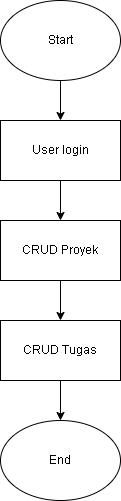
Above: dokumen/Flowchart.png in Jason4931/taskmanagement (draw.io), before the change. Source tidied: cells renumbered, new cells last; positions are measured from the earlier drawing's top-left corner, leaving out a move shared by most shapes.
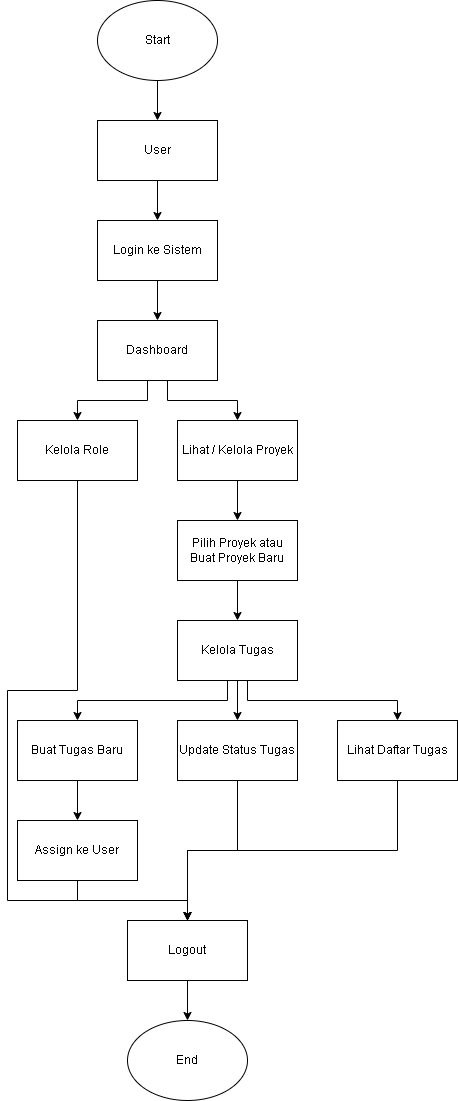
Later version of the same file.

Change to the diagram source:
```diff
@@ -2,32 +2,126 @@
   <root>
     <mxCell id="0" />
     <mxCell id="1" parent="0" />
-    <mxCell id="2" style="edgeStyle=orthogonalEdgeStyle;rounded=0;jettySize=auto;html=1;exitX=0.5;exitY=1;exitDx=0;exitDy=0;entryX=0.5;entryY=0;entryDx=0;entryDy=0;" parent="1" edge="1" source="3" target="6">
-      <mxGeometry relative="1" as="geometry" />
-    </mxCell>
+    <mxCell id="11" style="edgeStyle=orthogonalEdgeStyle;rounded=0;jettySize=auto;html=1;exitX=0.5;exitY=1;exitDx=0;exitDy=0;entryX=0.5;entryY=0;entryDx=0;entryDy=0;" parent="1" edge="1" source="12" target="14">
+      <mxGeometry relative="1" as="geometry" />
+    </mxCell>
+    <mxCell id="12" value="User" style="rounded=0;whiteSpace=wrap;html=1;" parent="1" vertex="1">
+      <mxGeometry y="120" width="120" height="60" as="geometry" />
+    </mxCell>
+    <mxCell id="13" style="edgeStyle=orthogonalEdgeStyle;rounded=0;jettySize=auto;html=1;exitX=0.5;exitY=1;exitDx=0;exitDy=0;entryX=0.5;entryY=0;entryDx=0;entryDy=0;" parent="1" edge="1" source="14" target="17">
+      <mxGeometry relative="1" as="geometry" />
+    </mxCell>
+    <mxCell id="14" value="Login ke Sistem" style="rounded=0;whiteSpace=wrap;html=1;" parent="1" vertex="1">
+      <mxGeometry y="220" width="120" height="60" as="geometry" />
+    </mxCell>
+    <mxCell id="15" style="edgeStyle=orthogonalEdgeStyle;rounded=0;jettySize=auto;html=1;exitX=0.5;exitY=1;exitDx=0;exitDy=0;entryX=0.5;entryY=0;entryDx=0;entryDy=0;" parent="1" edge="1" source="17" target="19">
+      <mxGeometry relative="1" as="geometry">
+        <Array as="points">
+          <mxPoint x="50" y="380" />
+          <mxPoint x="50" y="400" />
+          <mxPoint x="-20" y="400" />
+        </Array>
+      </mxGeometry>
+    </mxCell>
+    <mxCell id="16" style="edgeStyle=orthogonalEdgeStyle;rounded=0;jettySize=auto;html=1;exitX=0.5;exitY=1;exitDx=0;exitDy=0;entryX=0.5;entryY=0;entryDx=0;entryDy=0;" parent="1" edge="1" source="17" target="21">
+      <mxGeometry relative="1" as="geometry">
+        <Array as="points">
+          <mxPoint x="70" y="380" />
+          <mxPoint x="70" y="400" />
+          <mxPoint x="140" y="400" />
+        </Array>
+      </mxGeometry>
+    </mxCell>
+    <mxCell id="17" value="Dashboard" style="rounded=0;whiteSpace=wrap;html=1;" parent="1" vertex="1">
+      <mxGeometry y="320" width="120" height="60" as="geometry" />
+    </mxCell>
+    <mxCell id="18" style="edgeStyle=orthogonalEdgeStyle;rounded=0;jettySize=auto;html=1;exitX=0.5;exitY=1;exitDx=0;exitDy=0;entryX=0.5;entryY=0;entryDx=0;entryDy=0;" parent="1" edge="1" source="19" target="29">
+      <mxGeometry relative="1" as="geometry">
+        <Array as="points">
+          <mxPoint x="-20" y="690" />
+          <mxPoint x="-90" y="690" />
+          <mxPoint x="-90" y="900" />
+          <mxPoint x="90" y="900" />
+        </Array>
+      </mxGeometry>
+    </mxCell>
+    <mxCell id="19" value="Kelola Role" style="rounded=0;whiteSpace=wrap;html=1;" parent="1" vertex="1">
+      <mxGeometry x="-80" y="420" width="120" height="60" as="geometry" />
+    </mxCell>
+    <mxCell id="20" style="edgeStyle=orthogonalEdgeStyle;rounded=0;jettySize=auto;html=1;exitX=0.5;exitY=1;exitDx=0;exitDy=0;entryX=0.5;entryY=0;entryDx=0;entryDy=0;" parent="1" edge="1" source="21" target="23">
+      <mxGeometry relative="1" as="geometry" />
+    </mxCell>
+    <mxCell id="21" value="Lihat / Kelola Proyek" style="rounded=0;whiteSpace=wrap;html=1;" parent="1" vertex="1">
+      <mxGeometry x="80" y="420" width="120" height="60" as="geometry" />
+    </mxCell>
+    <mxCell id="22" style="edgeStyle=orthogonalEdgeStyle;rounded=0;jettySize=auto;html=1;exitX=0.5;exitY=1;exitDx=0;exitDy=0;entryX=0.5;entryY=0;entryDx=0;entryDy=0;" parent="1" edge="1" source="23" target="27">
+      <mxGeometry relative="1" as="geometry" />
+    </mxCell>
+    <mxCell id="23" value="Pilih Proyek atau Buat Proyek Baru" style="rounded=0;whiteSpace=wrap;html=1;" parent="1" vertex="1">
+      <mxGeometry x="80" y="520" width="120" height="60" as="geometry" />
+    </mxCell>
+    <mxCell id="24" style="edgeStyle=orthogonalEdgeStyle;rounded=0;jettySize=auto;html=1;exitX=0.5;exitY=1;exitDx=0;exitDy=0;entryX=0.5;entryY=0;entryDx=0;entryDy=0;" parent="1" edge="1" source="27" target="31">
+      <mxGeometry relative="1" as="geometry" />
+    </mxCell>
+    <mxCell id="25" style="edgeStyle=orthogonalEdgeStyle;rounded=0;jettySize=auto;html=1;exitX=0.5;exitY=1;exitDx=0;exitDy=0;entryX=0.5;entryY=0;entryDx=0;entryDy=0;" parent="1" edge="1" source="27" target="35">
+      <mxGeometry relative="1" as="geometry">
+        <Array as="points">
+          <mxPoint x="130" y="680" />
+          <mxPoint x="130" y="700" />
+          <mxPoint x="-20" y="700" />
+        </Array>
+      </mxGeometry>
+    </mxCell>
+    <mxCell id="26" style="edgeStyle=orthogonalEdgeStyle;rounded=0;jettySize=auto;html=1;exitX=0.5;exitY=1;exitDx=0;exitDy=0;entryX=0.5;entryY=0;entryDx=0;entryDy=0;" parent="1" edge="1" source="27" target="33">
+      <mxGeometry relative="1" as="geometry">
+        <Array as="points">
+          <mxPoint x="150" y="680" />
+          <mxPoint x="150" y="700" />
+          <mxPoint x="300" y="700" />
+        </Array>
+      </mxGeometry>
+    </mxCell>
+    <mxCell id="27" value="Kelola Tugas" style="rounded=0;whiteSpace=wrap;html=1;" parent="1" vertex="1">
+      <mxGeometry x="80" y="620" width="120" height="60" as="geometry" />
+    </mxCell>
+    <mxCell id="28" style="edgeStyle=orthogonalEdgeStyle;rounded=0;jettySize=auto;html=1;exitX=0.5;exitY=1;exitDx=0;exitDy=0;entryX=0.5;entryY=0;entryDx=0;entryDy=0;" parent="1" edge="1" source="29" target="4">
+      <mxGeometry relative="1" as="geometry" />
+    </mxCell>
+    <mxCell id="29" value="Logout" style="rounded=0;whiteSpace=wrap;html=1;" parent="1" vertex="1">
+      <mxGeometry x="30" y="920" width="120" height="60" as="geometry" />
+    </mxCell>
+    <mxCell id="30" style="edgeStyle=orthogonalEdgeStyle;rounded=0;jettySize=auto;html=1;exitX=0.5;exitY=1;exitDx=0;exitDy=0;entryX=0.5;entryY=0;entryDx=0;entryDy=0;" parent="1" edge="1" source="31" target="29">
+      <mxGeometry relative="1" as="geometry" />
+    </mxCell>
+    <mxCell id="31" value="Update Status Tugas" style="rounded=0;whiteSpace=wrap;html=1;" parent="1" vertex="1">
+      <mxGeometry x="80" y="720" width="120" height="60" as="geometry" />
+    </mxCell>
+    <mxCell id="32" style="edgeStyle=orthogonalEdgeStyle;rounded=0;jettySize=auto;html=1;exitX=0.5;exitY=1;exitDx=0;exitDy=0;entryX=0.5;entryY=0;entryDx=0;entryDy=0;" parent="1" edge="1" source="33" target="29">
+      <mxGeometry relative="1" as="geometry" />
+    </mxCell>
+    <mxCell id="33" value="Lihat Daftar Tugas" style="rounded=0;whiteSpace=wrap;html=1;" parent="1" vertex="1">
+      <mxGeometry x="240" y="720" width="120" height="60" as="geometry" />
+    </mxCell>
+    <mxCell id="34" style="edgeStyle=orthogonalEdgeStyle;rounded=0;jettySize=auto;html=1;exitX=0.5;exitY=1;exitDx=0;exitDy=0;entryX=0.5;entryY=0;entryDx=0;entryDy=0;" parent="1" edge="1" source="35" target="37">
+      <mxGeometry relative="1" as="geometry" />
+    </mxCell>
+    <mxCell id="35" value="Buat Tugas Baru" style="rounded=0;whiteSpace=wrap;html=1;" parent="1" vertex="1">
+      <mxGeometry x="-80" y="720" width="120" height="60" as="geometry" />
+    </mxCell>
+    <mxCell id="36" style="edgeStyle=orthogonalEdgeStyle;rounded=0;jettySize=auto;html=1;exitX=0.5;exitY=1;exitDx=0;exitDy=0;entryX=0.5;entryY=0;entryDx=0;entryDy=0;" parent="1" edge="1" source="37" target="29">
+      <mxGeometry relative="1" as="geometry" />
+    </mxCell>
+    <mxCell id="37" value="Assign ke User" style="rounded=0;whiteSpace=wrap;html=1;" parent="1" vertex="1">
+      <mxGeometry x="-80" y="820" width="120" height="60" as="geometry" />
+    </mxCell>
+    <mxCell id="38" style="edgeStyle=orthogonalEdgeStyle;rounded=0;jettySize=auto;html=1;exitX=0.5;exitY=1;exitDx=0;exitDy=0;entryX=0.5;entryY=0;entryDx=0;entryDy=0;" parent="1" edge="1" source="3" target="12">
+      <mxGeometry relative="1" as="geometry" />
+    </mxCell>
     <mxCell id="3" value="Start" style="ellipse;whiteSpace=wrap;html=1;" parent="1" vertex="1">
       <mxGeometry width="120" height="80" as="geometry" />
     </mxCell>
     <mxCell id="4" value="End" style="ellipse;whiteSpace=wrap;html=1;" parent="1" vertex="1">
-      <mxGeometry y="420" width="120" height="80" as="geometry" />
+      <mxGeometry x="30" y="1020" width="120" height="80" as="geometry" />
     </mxCell>
-    <mxCell id="5" style="edgeStyle=orthogonalEdgeStyle;rounded=0;jettySize=auto;html=1;exitX=0.5;exitY=1;exitDx=0;exitDy=0;entryX=0.5;entryY=0;entryDx=0;entryDy=0;" parent="1" edge="1" source="6" target="8">
-      <mxGeometry relative="1" as="geometry" />
-    </mxCell>
-    <mxCell id="6" value="User login" style="rounded=0;whiteSpace=wrap;html=1;" parent="1" vertex="1">
-      <mxGeometry y="120" width="120" height="60" as="geometry" />
-    </mxCell>
-    <mxCell id="7" style="edgeStyle=orthogonalEdgeStyle;rounded=0;jettySize=auto;html=1;exitX=0.5;exitY=1;exitDx=0;exitDy=0;entryX=0.5;entryY=0;entryDx=0;entryDy=0;" parent="1" edge="1" source="8" target="10">
-      <mxGeometry relative="1" as="geometry" />
-    </mxCell>
-    <mxCell id="8" value="CRUD Proyek" style="rounded=0;whiteSpace=wrap;html=1;" parent="1" vertex="1">
-      <mxGeometry y="220" width="120" height="60" as="geometry" />
-    </mxCell>
-    <mxCell id="9" style="edgeStyle=orthogonalEdgeStyle;rounded=0;jettySize=auto;html=1;exitX=0.5;exitY=1;exitDx=0;exitDy=0;entryX=0.5;entryY=0;entryDx=0;entryDy=0;" parent="1" edge="1" source="10" target="4">
-      <mxGeometry relative="1" as="geometry" />
-    </mxCell>
-    <mxCell id="10" value="CRUD Tugas" style="rounded=0;whiteSpace=wrap;html=1;" parent="1" vertex="1">
-      <mxGeometry y="320" width="120" height="60" as="geometry" />
-    </mxCell>
   </root>
 </mxGraphModel>
```
